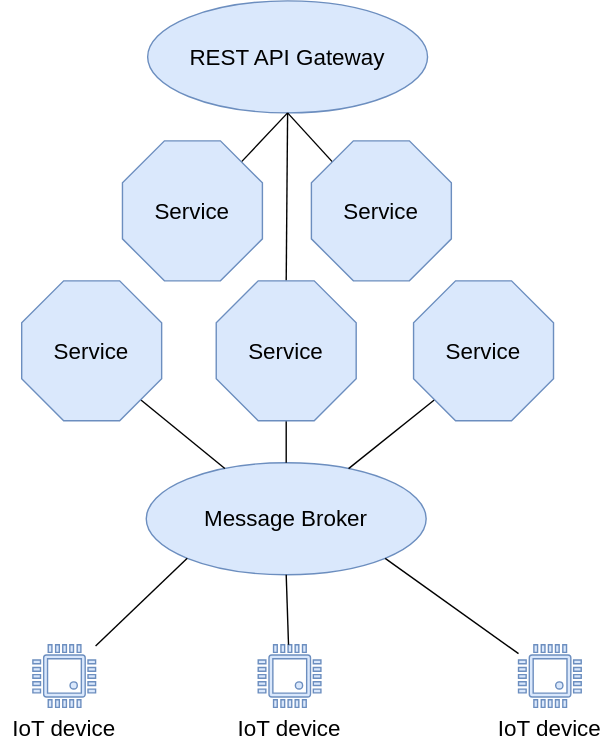
Before: docs/overview/architecture.svg, a diagram exported from draw.io (sogno-platform/sogno-platform.github.io). Source tidied: cells renumbered, new cells last; positions are measured from the earlier drawing's top-left corner, leaving out a move shared by most shapes. The source it was exported from:
```xml
<mxGraphModel>
  <root>
    <mxCell id="0" />
    <mxCell id="1" parent="0" />
    <mxCell id="2" value="Message Broker" style="ellipse;whiteSpace=wrap;html=1;fontSize=16;fillColor=#dae8fc;strokeColor=#6c8ebf;" parent="1" vertex="1">
      <mxGeometry x="104" y="330" width="200" height="80" as="geometry" />
    </mxCell>
    <mxCell id="3" value="REST API Gateway" style="ellipse;whiteSpace=wrap;html=1;fontSize=16;fillColor=#dae8fc;strokeColor=#6c8ebf;" parent="1" vertex="1">
      <mxGeometry x="105" width="200" height="80" as="geometry" />
    </mxCell>
    <mxCell id="4" style="shadow=0;dashed=0;html=1;strokeColor=#6c8ebf;fillColor=#dae8fc;labelPosition=center;verticalLabelPosition=bottom;verticalAlign=top;align=center;outlineConnect=0;shape=mxgraph.veeam.cpu;fontSize=16;" parent="1" vertex="1">
      <mxGeometry x="370" y="460" width="44.8" height="44.8" as="geometry" />
    </mxCell>
    <mxCell id="5" value="IoT device" style="text;html=1;align=center;verticalAlign=middle;fontSize=16;" parent="1" vertex="1">
      <mxGeometry x="347" y="510" width="90" height="20" as="geometry" />
    </mxCell>
    <mxCell id="6" style="shadow=0;dashed=0;html=1;strokeColor=#6c8ebf;fillColor=#dae8fc;labelPosition=center;verticalLabelPosition=bottom;verticalAlign=top;align=center;outlineConnect=0;shape=mxgraph.veeam.cpu;fontSize=16;" parent="1" vertex="1">
      <mxGeometry x="184" y="460" width="44.8" height="44.8" as="geometry" />
    </mxCell>
    <mxCell id="7" value="IoT device" style="text;html=1;align=center;verticalAlign=middle;fontSize=16;" parent="1" vertex="1">
      <mxGeometry x="161" y="510" width="90" height="20" as="geometry" />
    </mxCell>
    <mxCell id="8" style="shadow=0;dashed=0;html=1;strokeColor=#6c8ebf;fillColor=#dae8fc;labelPosition=center;verticalLabelPosition=bottom;verticalAlign=top;align=center;outlineConnect=0;shape=mxgraph.veeam.cpu;fontSize=16;" parent="1" vertex="1">
      <mxGeometry x="23" y="460" width="44.8" height="44.8" as="geometry" />
    </mxCell>
    <mxCell id="9" value="IoT device" style="text;html=1;align=center;verticalAlign=middle;fontSize=16;" parent="1" vertex="1">
      <mxGeometry y="510" width="90" height="20" as="geometry" />
    </mxCell>
    <mxCell id="10" style="endArrow=none;html=1;fontSize=16;entryX=0;entryY=1;entryDx=0;entryDy=0;" parent="1" edge="1" source="8" target="2">
      <mxGeometry relative="1" as="geometry" />
    </mxCell>
    <mxCell id="11" style="endArrow=none;html=1;fontSize=16;entryX=0.5;entryY=1;entryDx=0;entryDy=0;" parent="1" edge="1" source="6" target="2">
      <mxGeometry relative="1" as="geometry" />
    </mxCell>
    <mxCell id="12" style="endArrow=none;html=1;fontSize=16;entryX=1;entryY=1;entryDx=0;entryDy=0;" parent="1" edge="1" source="4" target="2">
      <mxGeometry relative="1" as="geometry" />
    </mxCell>
    <mxCell id="13" style="endArrow=none;html=1;fontSize=16;entryX=0.5;entryY=1;entryDx=0;entryDy=0;exitX=0;exitY=0;exitDx=15;exitDy=15;exitPerimeter=0;" parent="1" edge="1" source="22" target="3">
      <mxGeometry relative="1" as="geometry" />
    </mxCell>
    <mxCell id="14" style="endArrow=none;html=1;fontSize=16;entryX=0.5;entryY=1;entryDx=0;entryDy=0;exitX=0;exitY=0;exitDx=85;exitDy=15;exitPerimeter=0;" parent="1" edge="1" source="23" target="3">
      <mxGeometry relative="1" as="geometry" />
    </mxCell>
    <mxCell id="15" style="endArrow=none;html=1;fontSize=16;entryX=0.5;entryY=1;entryDx=0;entryDy=0;exitX=0.5;exitY=0;exitDx=0;exitDy=0;exitPerimeter=0;" parent="1" edge="1" source="21" target="3">
      <mxGeometry relative="1" as="geometry" />
    </mxCell>
    <mxCell id="16" style="endArrow=none;html=1;fontSize=16;entryX=0;entryY=0;entryDx=15;entryDy=85;entryPerimeter=0;" parent="1" edge="1" source="2" target="19">
      <mxGeometry relative="1" as="geometry" />
    </mxCell>
    <mxCell id="17" style="endArrow=none;html=1;fontSize=16;entryX=0;entryY=0;entryDx=85;entryDy=85;entryPerimeter=0;" parent="1" edge="1" source="2" target="20">
      <mxGeometry relative="1" as="geometry" />
    </mxCell>
    <mxCell id="18" style="endArrow=none;html=1;fontSize=16;exitX=0.5;exitY=0;exitDx=0;exitDy=0;entryX=0.5;entryY=1;entryDx=0;entryDy=0;entryPerimeter=0;" parent="1" edge="1" source="2" target="21">
      <mxGeometry relative="1" as="geometry" />
    </mxCell>
    <mxCell id="19" value="Service" style="whiteSpace=wrap;html=1;shape=mxgraph.basic.octagon2;align=center;verticalAlign=middle;dx=15;fontSize=16;fillColor=#dae8fc;strokeColor=#6c8ebf;" parent="1" vertex="1">
      <mxGeometry x="295" y="200" width="100" height="100" as="geometry" />
    </mxCell>
    <mxCell id="20" value="Service" style="whiteSpace=wrap;html=1;shape=mxgraph.basic.octagon2;align=center;verticalAlign=middle;dx=15;fontSize=16;fillColor=#dae8fc;strokeColor=#6c8ebf;" parent="1" vertex="1">
      <mxGeometry x="15" y="200" width="100" height="100" as="geometry" />
    </mxCell>
    <mxCell id="21" value="Service" style="whiteSpace=wrap;html=1;shape=mxgraph.basic.octagon2;align=center;verticalAlign=middle;dx=15;fontSize=16;fillColor=#dae8fc;strokeColor=#6c8ebf;" parent="1" vertex="1">
      <mxGeometry x="154" y="200" width="100" height="100" as="geometry" />
    </mxCell>
    <mxCell id="22" value="Service" style="whiteSpace=wrap;html=1;shape=mxgraph.basic.octagon2;align=center;verticalAlign=middle;dx=15;fontSize=16;fillColor=#dae8fc;strokeColor=#6c8ebf;" parent="1" vertex="1">
      <mxGeometry x="222" y="100" width="100" height="100" as="geometry" />
    </mxCell>
    <mxCell id="23" value="Service" style="whiteSpace=wrap;html=1;shape=mxgraph.basic.octagon2;align=center;verticalAlign=middle;dx=15;fontSize=16;fillColor=#dae8fc;strokeColor=#6c8ebf;" parent="1" vertex="1">
      <mxGeometry x="87" y="100" width="100" height="100" as="geometry" />
    </mxCell>
  </root>
</mxGraphModel>
```
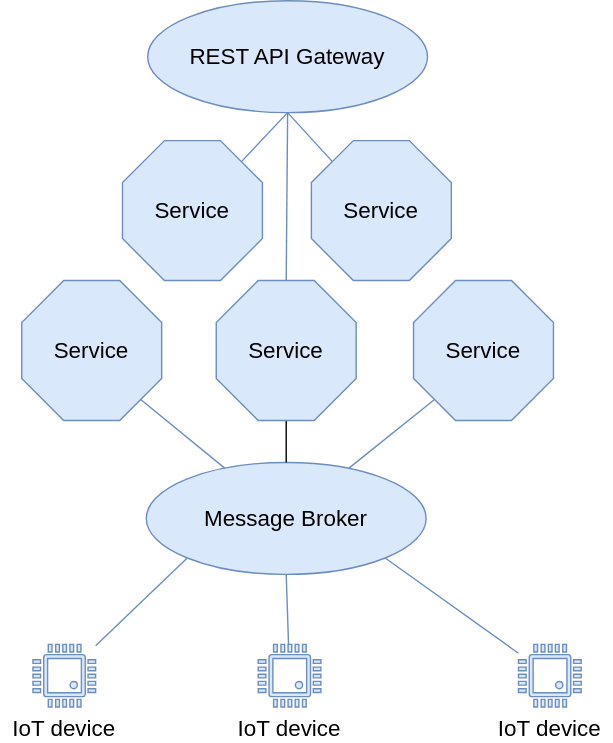
The same file after the commit.

Diff of the diagram source:
```diff
@@ -26,28 +26,28 @@
     <mxCell id="9" value="IoT device" style="text;html=1;align=center;verticalAlign=middle;fontSize=16;" parent="1" vertex="1">
       <mxGeometry y="510" width="90" height="20" as="geometry" />
     </mxCell>
-    <mxCell id="10" style="endArrow=none;html=1;fontSize=16;entryX=0;entryY=1;entryDx=0;entryDy=0;" parent="1" edge="1" source="8" target="2">
+    <mxCell id="10" style="endArrow=none;html=1;fontSize=16;entryX=0;entryY=1;entryDx=0;entryDy=0;fillColor=#dae8fc;strokeColor=#6c8ebf;" parent="1" edge="1" source="8" target="2">
       <mxGeometry relative="1" as="geometry" />
     </mxCell>
-    <mxCell id="11" style="endArrow=none;html=1;fontSize=16;entryX=0.5;entryY=1;entryDx=0;entryDy=0;" parent="1" edge="1" source="6" target="2">
+    <mxCell id="11" style="endArrow=none;html=1;fontSize=16;entryX=0.5;entryY=1;entryDx=0;entryDy=0;fillColor=#dae8fc;strokeColor=#6c8ebf;" parent="1" edge="1" source="6" target="2">
       <mxGeometry relative="1" as="geometry" />
     </mxCell>
-    <mxCell id="12" style="endArrow=none;html=1;fontSize=16;entryX=1;entryY=1;entryDx=0;entryDy=0;" parent="1" edge="1" source="4" target="2">
+    <mxCell id="12" style="endArrow=none;html=1;fontSize=16;entryX=1;entryY=1;entryDx=0;entryDy=0;fillColor=#dae8fc;strokeColor=#6c8ebf;" parent="1" edge="1" source="4" target="2">
       <mxGeometry relative="1" as="geometry" />
     </mxCell>
-    <mxCell id="13" style="endArrow=none;html=1;fontSize=16;entryX=0.5;entryY=1;entryDx=0;entryDy=0;exitX=0;exitY=0;exitDx=15;exitDy=15;exitPerimeter=0;" parent="1" edge="1" source="22" target="3">
+    <mxCell id="13" style="endArrow=none;html=1;fontSize=16;entryX=0.5;entryY=1;entryDx=0;entryDy=0;exitX=0;exitY=0;exitDx=15;exitDy=15;exitPerimeter=0;fillColor=#dae8fc;strokeColor=#6c8ebf;" parent="1" edge="1" source="22" target="3">
       <mxGeometry relative="1" as="geometry" />
     </mxCell>
-    <mxCell id="14" style="endArrow=none;html=1;fontSize=16;entryX=0.5;entryY=1;entryDx=0;entryDy=0;exitX=0;exitY=0;exitDx=85;exitDy=15;exitPerimeter=0;" parent="1" edge="1" source="23" target="3">
+    <mxCell id="14" style="endArrow=none;html=1;fontSize=16;entryX=0.5;entryY=1;entryDx=0;entryDy=0;exitX=0;exitY=0;exitDx=85;exitDy=15;exitPerimeter=0;fillColor=#dae8fc;strokeColor=#6c8ebf;" parent="1" edge="1" source="23" target="3">
       <mxGeometry relative="1" as="geometry" />
     </mxCell>
-    <mxCell id="15" style="endArrow=none;html=1;fontSize=16;entryX=0.5;entryY=1;entryDx=0;entryDy=0;exitX=0.5;exitY=0;exitDx=0;exitDy=0;exitPerimeter=0;" parent="1" edge="1" source="21" target="3">
+    <mxCell id="15" style="endArrow=none;html=1;fontSize=16;entryX=0.5;entryY=1;entryDx=0;entryDy=0;exitX=0.5;exitY=0;exitDx=0;exitDy=0;exitPerimeter=0;fillColor=#dae8fc;strokeColor=#6c8ebf;" parent="1" edge="1" source="21" target="3">
       <mxGeometry relative="1" as="geometry" />
     </mxCell>
-    <mxCell id="16" style="endArrow=none;html=1;fontSize=16;entryX=0;entryY=0;entryDx=15;entryDy=85;entryPerimeter=0;" parent="1" edge="1" source="2" target="19">
+    <mxCell id="16" style="endArrow=none;html=1;fontSize=16;entryX=0;entryY=0;entryDx=15;entryDy=85;entryPerimeter=0;fillColor=#dae8fc;strokeColor=#6c8ebf;" parent="1" edge="1" source="2" target="19">
       <mxGeometry relative="1" as="geometry" />
     </mxCell>
-    <mxCell id="17" style="endArrow=none;html=1;fontSize=16;entryX=0;entryY=0;entryDx=85;entryDy=85;entryPerimeter=0;" parent="1" edge="1" source="2" target="20">
+    <mxCell id="17" style="endArrow=none;html=1;fontSize=16;entryX=0;entryY=0;entryDx=85;entryDy=85;entryPerimeter=0;fillColor=#dae8fc;strokeColor=#6c8ebf;" parent="1" edge="1" source="2" target="20">
       <mxGeometry relative="1" as="geometry" />
     </mxCell>
     <mxCell id="18" style="endArrow=none;html=1;fontSize=16;exitX=0.5;exitY=0;exitDx=0;exitDy=0;entryX=0.5;entryY=1;entryDx=0;entryDy=0;entryPerimeter=0;" parent="1" edge="1" source="2" target="21">
```
